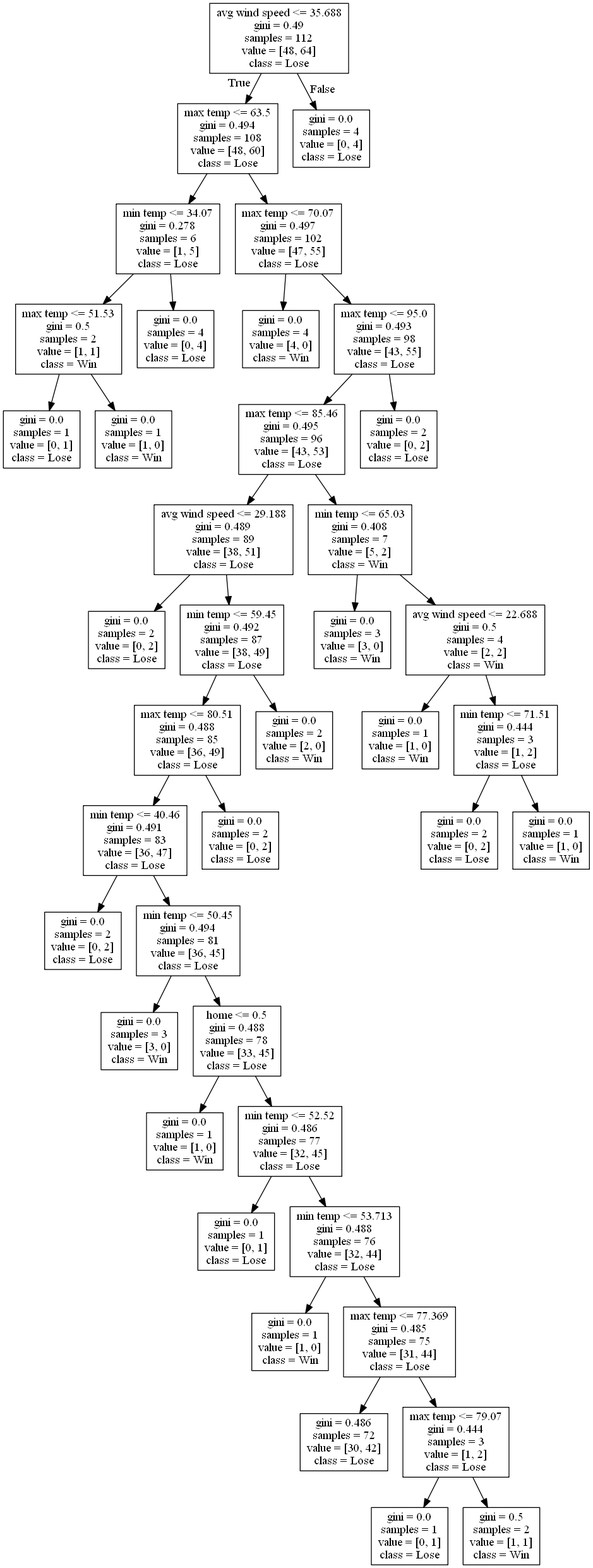
The Graphviz diagram DecisionTrees/decision_tree_no_score_or_attendance_test_6015.png in alexana-steck/CSE482Project, before a commit. Its source is kept beside it as DecisionTrees/decision_tree_no_score_or_attendance_test_6015.dot. Source of this version:
```dot
digraph Tree {
node [shape=box] ;
0 [label="avg wind speed <= 35.688\ngini = 0.49\nsamples = 112\nvalue = [48, 64]\nclass = Lose"] ;
1 [label="max temp <= 63.5\ngini = 0.494\nsamples = 108\nvalue = [48, 60]\nclass = Lose"] ;
0 -> 1 [labeldistance=2.5, labelangle=45, headlabel="True"] ;
2 [label="min temp <= 34.07\ngini = 0.278\nsamples = 6\nvalue = [1, 5]\nclass = Lose"] ;
1 -> 2 ;
3 [label="max temp <= 51.53\ngini = 0.5\nsamples = 2\nvalue = [1, 1]\nclass = Win"] ;
2 -> 3 ;
4 [label="gini = 0.0\nsamples = 1\nvalue = [0, 1]\nclass = Lose"] ;
3 -> 4 ;
5 [label="gini = 0.0\nsamples = 1\nvalue = [1, 0]\nclass = Win"] ;
3 -> 5 ;
6 [label="gini = 0.0\nsamples = 4\nvalue = [0, 4]\nclass = Lose"] ;
2 -> 6 ;
7 [label="max temp <= 70.07\ngini = 0.497\nsamples = 102\nvalue = [47, 55]\nclass = Lose"] ;
1 -> 7 ;
8 [label="gini = 0.0\nsamples = 4\nvalue = [4, 0]\nclass = Win"] ;
7 -> 8 ;
9 [label="max temp <= 95.0\ngini = 0.493\nsamples = 98\nvalue = [43, 55]\nclass = Lose"] ;
7 -> 9 ;
10 [label="max temp <= 85.46\ngini = 0.495\nsamples = 96\nvalue = [43, 53]\nclass = Lose"] ;
9 -> 10 ;
11 [label="avg wind speed <= 29.188\ngini = 0.489\nsamples = 89\nvalue = [38, 51]\nclass = Lose"] ;
10 -> 11 ;
12 [label="gini = 0.0\nsamples = 2\nvalue = [0, 2]\nclass = Lose"] ;
11 -> 12 ;
13 [label="min temp <= 59.45\ngini = 0.492\nsamples = 87\nvalue = [38, 49]\nclass = Lose"] ;
11 -> 13 ;
14 [label="max temp <= 80.51\ngini = 0.488\nsamples = 85\nvalue = [36, 49]\nclass = Lose"] ;
13 -> 14 ;
15 [label="min temp <= 40.46\ngini = 0.491\nsamples = 83\nvalue = [36, 47]\nclass = Lose"] ;
14 -> 15 ;
16 [label="gini = 0.0\nsamples = 2\nvalue = [0, 2]\nclass = Lose"] ;
15 -> 16 ;
17 [label="min temp <= 50.45\ngini = 0.494\nsamples = 81\nvalue = [36, 45]\nclass = Lose"] ;
15 -> 17 ;
18 [label="gini = 0.0\nsamples = 3\nvalue = [3, 0]\nclass = Win"] ;
17 -> 18 ;
19 [label="home <= 0.5\ngini = 0.488\nsamples = 78\nvalue = [33, 45]\nclass = Lose"] ;
17 -> 19 ;
20 [label="gini = 0.0\nsamples = 1\nvalue = [1, 0]\nclass = Win"] ;
19 -> 20 ;
21 [label="min temp <= 52.52\ngini = 0.486\nsamples = 77\nvalue = [32, 45]\nclass = Lose"] ;
19 -> 21 ;
22 [label="gini = 0.0\nsamples = 1\nvalue = [0, 1]\nclass = Lose"] ;
21 -> 22 ;
23 [label="min temp <= 53.713\ngini = 0.488\nsamples = 76\nvalue = [32, 44]\nclass = Lose"] ;
21 -> 23 ;
24 [label="gini = 0.0\nsamples = 1\nvalue = [1, 0]\nclass = Win"] ;
23 -> 24 ;
25 [label="max temp <= 77.369\ngini = 0.485\nsamples = 75\nvalue = [31, 44]\nclass = Lose"] ;
23 -> 25 ;
26 [label="gini = 0.486\nsamples = 72\nvalue = [30, 42]\nclass = Lose"] ;
25 -> 26 ;
27 [label="max temp <= 79.07\ngini = 0.444\nsamples = 3\nvalue = [1, 2]\nclass = Lose"] ;
25 -> 27 ;
28 [label="gini = 0.0\nsamples = 1\nvalue = [0, 1]\nclass = Lose"] ;
27 -> 28 ;
29 [label="gini = 0.5\nsamples = 2\nvalue = [1, 1]\nclass = Win"] ;
27 -> 29 ;
30 [label="gini = 0.0\nsamples = 2\nvalue = [0, 2]\nclass = Lose"] ;
14 -> 30 ;
31 [label="gini = 0.0\nsamples = 2\nvalue = [2, 0]\nclass = Win"] ;
13 -> 31 ;
32 [label="min temp <= 65.03\ngini = 0.408\nsamples = 7\nvalue = [5, 2]\nclass = Win"] ;
10 -> 32 ;
33 [label="gini = 0.0\nsamples = 3\nvalue = [3, 0]\nclass = Win"] ;
32 -> 33 ;
34 [label="avg wind speed <= 22.688\ngini = 0.5\nsamples = 4\nvalue = [2, 2]\nclass = Win"] ;
32 -> 34 ;
35 [label="gini = 0.0\nsamples = 1\nvalue = [1, 0]\nclass = Win"] ;
34 -> 35 ;
36 [label="min temp <= 71.51\ngini = 0.444\nsamples = 3\nvalue = [1, 2]\nclass = Lose"] ;
34 -> 36 ;
37 [label="gini = 0.0\nsamples = 2\nvalue = [0, 2]\nclass = Lose"] ;
36 -> 37 ;
38 [label="gini = 0.0\nsamples = 1\nvalue = [1, 0]\nclass = Win"] ;
36 -> 38 ;
39 [label="gini = 0.0\nsamples = 2\nvalue = [0, 2]\nclass = Lose"] ;
9 -> 39 ;
40 [label="gini = 0.0\nsamples = 4\nvalue = [0, 4]\nclass = Lose"] ;
0 -> 40 [labeldistance=2.5, labelangle=-45, headlabel="False"] ;
}
```
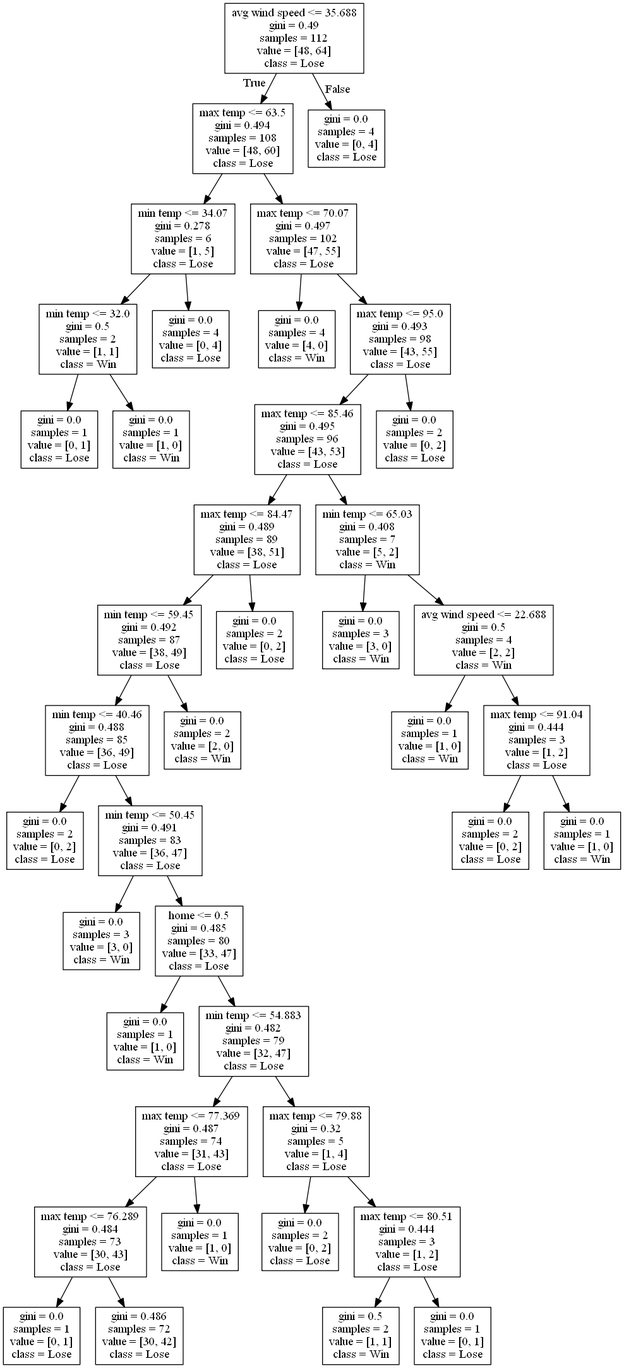
The same file after the commit.

Change to the diagram source:
```diff
@@ -5,7 +5,7 @@
 0 -> 1 [labeldistance=2.5, labelangle=45, headlabel="True"] ;
 2 [label="min temp <= 34.07\ngini = 0.278\nsamples = 6\nvalue = [1, 5]\nclass = Lose"] ;
 1 -> 2 ;
-3 [label="max temp <= 51.53\ngini = 0.5\nsamples = 2\nvalue = [1, 1]\nclass = Win"] ;
+3 [label="min temp <= 32.0\ngini = 0.5\nsamples = 2\nvalue = [1, 1]\nclass = Win"] ;
 2 -> 3 ;
 4 [label="gini = 0.0\nsamples = 1\nvalue = [0, 1]\nclass = Lose"] ;
 3 -> 4 ;
@@ -21,48 +21,48 @@
 7 -> 9 ;
 10 [label="max temp <= 85.46\ngini = 0.495\nsamples = 96\nvalue = [43, 53]\nclass = Lose"] ;
 9 -> 10 ;
-11 [label="avg wind speed <= 29.188\ngini = 0.489\nsamples = 89\nvalue = [38, 51]\nclass = Lose"] ;
+11 [label="max temp <= 84.47\ngini = 0.489\nsamples = 89\nvalue = [38, 51]\nclass = Lose"] ;
 10 -> 11 ;
-12 [label="gini = 0.0\nsamples = 2\nvalue = [0, 2]\nclass = Lose"] ;
+12 [label="min temp <= 59.45\ngini = 0.492\nsamples = 87\nvalue = [38, 49]\nclass = Lose"] ;
 11 -> 12 ;
-13 [label="min temp <= 59.45\ngini = 0.492\nsamples = 87\nvalue = [38, 49]\nclass = Lose"] ;
-11 -> 13 ;
-14 [label="max temp <= 80.51\ngini = 0.488\nsamples = 85\nvalue = [36, 49]\nclass = Lose"] ;
+13 [label="min temp <= 40.46\ngini = 0.488\nsamples = 85\nvalue = [36, 49]\nclass = Lose"] ;
+12 -> 13 ;
+14 [label="gini = 0.0\nsamples = 2\nvalue = [0, 2]\nclass = Lose"] ;
 13 -> 14 ;
-15 [label="min temp <= 40.46\ngini = 0.491\nsamples = 83\nvalue = [36, 47]\nclass = Lose"] ;
-14 -> 15 ;
-16 [label="gini = 0.0\nsamples = 2\nvalue = [0, 2]\nclass = Lose"] ;
+15 [label="min temp <= 50.45\ngini = 0.491\nsamples = 83\nvalue = [36, 47]\nclass = Lose"] ;
+13 -> 15 ;
+16 [label="gini = 0.0\nsamples = 3\nvalue = [3, 0]\nclass = Win"] ;
 15 -> 16 ;
-17 [label="min temp <= 50.45\ngini = 0.494\nsamples = 81\nvalue = [36, 45]\nclass = Lose"] ;
+17 [label="home <= 0.5\ngini = 0.485\nsamples = 80\nvalue = [33, 47]\nclass = Lose"] ;
 15 -> 17 ;
-18 [label="gini = 0.0\nsamples = 3\nvalue = [3, 0]\nclass = Win"] ;
+18 [label="gini = 0.0\nsamples = 1\nvalue = [1, 0]\nclass = Win"] ;
 17 -> 18 ;
-19 [label="home <= 0.5\ngini = 0.488\nsamples = 78\nvalue = [33, 45]\nclass = Lose"] ;
+19 [label="min temp <= 54.883\ngini = 0.482\nsamples = 79\nvalue = [32, 47]\nclass = Lose"] ;
 17 -> 19 ;
-20 [label="gini = 0.0\nsamples = 1\nvalue = [1, 0]\nclass = Win"] ;
+20 [label="max temp <= 77.369\ngini = 0.487\nsamples = 74\nvalue = [31, 43]\nclass = Lose"] ;
 19 -> 20 ;
-21 [label="min temp <= 52.52\ngini = 0.486\nsamples = 77\nvalue = [32, 45]\nclass = Lose"] ;
-19 -> 21 ;
+21 [label="max temp <= 76.289\ngini = 0.484\nsamples = 73\nvalue = [30, 43]\nclass = Lose"] ;
+20 -> 21 ;
 22 [label="gini = 0.0\nsamples = 1\nvalue = [0, 1]\nclass = Lose"] ;
 21 -> 22 ;
-23 [label="min temp <= 53.713\ngini = 0.488\nsamples = 76\nvalue = [32, 44]\nclass = Lose"] ;
+23 [label="gini = 0.486\nsamples = 72\nvalue = [30, 42]\nclass = Lose"] ;
 21 -> 23 ;
 24 [label="gini = 0.0\nsamples = 1\nvalue = [1, 0]\nclass = Win"] ;
-23 -> 24 ;
-25 [label="max temp <= 77.369\ngini = 0.485\nsamples = 75\nvalue = [31, 44]\nclass = Lose"] ;
-23 -> 25 ;
-26 [label="gini = 0.486\nsamples = 72\nvalue = [30, 42]\nclass = Lose"] ;
+20 -> 24 ;
+25 [label="max temp <= 79.88\ngini = 0.32\nsamples = 5\nvalue = [1, 4]\nclass = Lose"] ;
+19 -> 25 ;
+26 [label="gini = 0.0\nsamples = 2\nvalue = [0, 2]\nclass = Lose"] ;
 25 -> 26 ;
-27 [label="max temp <= 79.07\ngini = 0.444\nsamples = 3\nvalue = [1, 2]\nclass = Lose"] ;
+27 [label="max temp <= 80.51\ngini = 0.444\nsamples = 3\nvalue = [1, 2]\nclass = Lose"] ;
 25 -> 27 ;
-28 [label="gini = 0.0\nsamples = 1\nvalue = [0, 1]\nclass = Lose"] ;
+28 [label="gini = 0.5\nsamples = 2\nvalue = [1, 1]\nclass = Win"] ;
 27 -> 28 ;
-29 [label="gini = 0.5\nsamples = 2\nvalue = [1, 1]\nclass = Win"] ;
+29 [label="gini = 0.0\nsamples = 1\nvalue = [0, 1]\nclass = Lose"] ;
 27 -> 29 ;
-30 [label="gini = 0.0\nsamples = 2\nvalue = [0, 2]\nclass = Lose"] ;
-14 -> 30 ;
-31 [label="gini = 0.0\nsamples = 2\nvalue = [2, 0]\nclass = Win"] ;
-13 -> 31 ;
+30 [label="gini = 0.0\nsamples = 2\nvalue = [2, 0]\nclass = Win"] ;
+12 -> 30 ;
+31 [label="gini = 0.0\nsamples = 2\nvalue = [0, 2]\nclass = Lose"] ;
+11 -> 31 ;
 32 [label="min temp <= 65.03\ngini = 0.408\nsamples = 7\nvalue = [5, 2]\nclass = Win"] ;
 10 -> 32 ;
 33 [label="gini = 0.0\nsamples = 3\nvalue = [3, 0]\nclass = Win"] ;
@@ -71,7 +71,7 @@
 32 -> 34 ;
 35 [label="gini = 0.0\nsamples = 1\nvalue = [1, 0]\nclass = Win"] ;
 34 -> 35 ;
-36 [label="min temp <= 71.51\ngini = 0.444\nsamples = 3\nvalue = [1, 2]\nclass = Lose"] ;
+36 [label="max temp <= 91.04\ngini = 0.444\nsamples = 3\nvalue = [1, 2]\nclass = Lose"] ;
 34 -> 36 ;
 37 [label="gini = 0.0\nsamples = 2\nvalue = [0, 2]\nclass = Lose"] ;
 36 -> 37 ;
```
